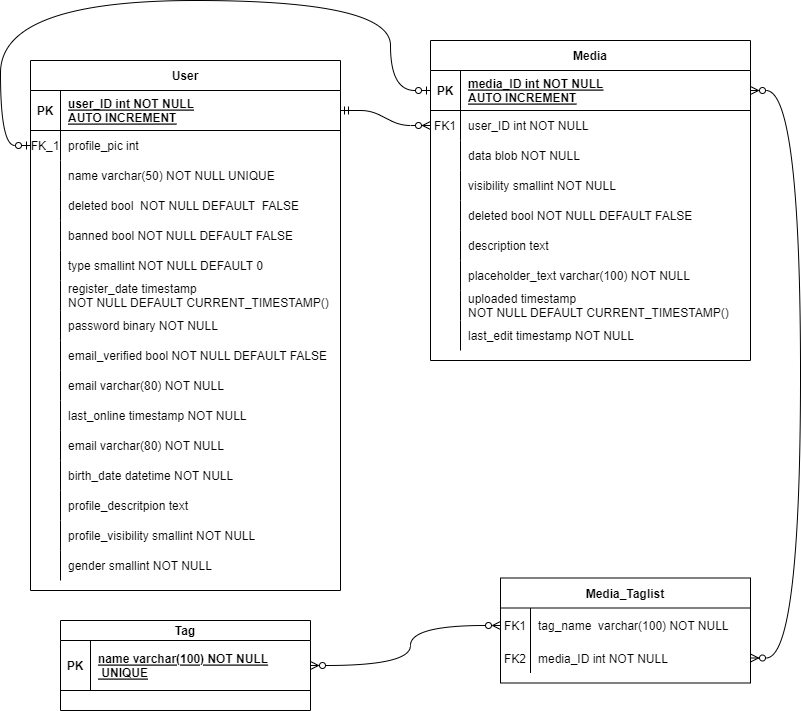
Earlier version of the draw.io export docs/dev/db/img/VisualPosting_R_schema_phase_01.drawio.png (gombosg21/vizsgaremek). Source tidied: cells renumbered, new cells last; positions are measured from the earlier drawing's top-left corner, leaving out a move shared by most shapes.
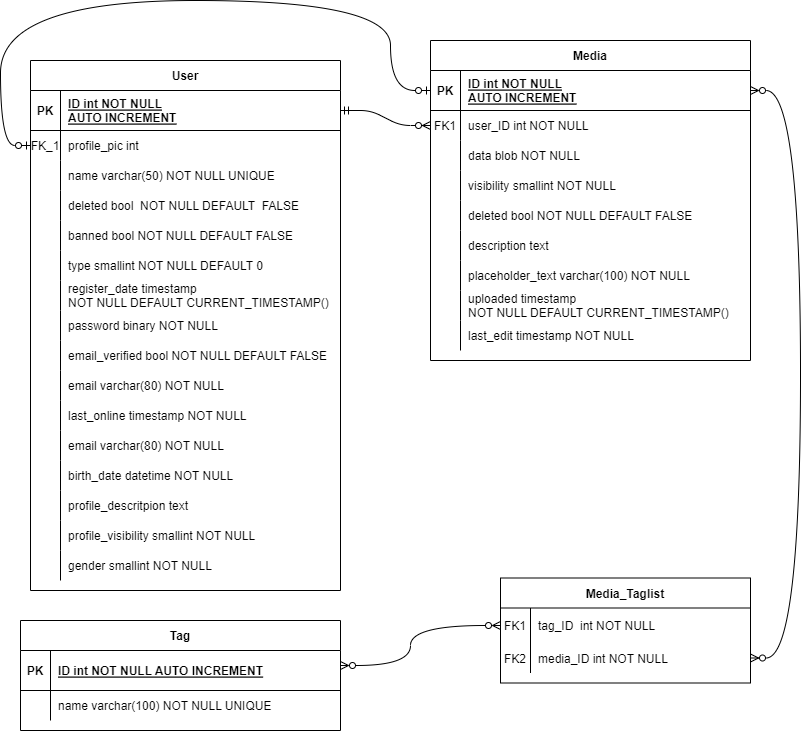
After the commit.

Change to the diagram source:
```diff
@@ -14,7 +14,7 @@
     <mxCell id="5" value="PK" style="shape=partialRectangle;overflow=hidden;fillColor=none;top=0;left=0;bottom=0;right=0;fontStyle=1;" parent="4" vertex="1">
       <mxGeometry width="30" height="40" as="geometry" />
     </mxCell>
-    <mxCell id="6" value="media_ID int NOT NULL &#10;AUTO INCREMENT" style="shape=partialRectangle;overflow=hidden;fillColor=none;top=0;left=0;bottom=0;right=0;align=left;spacingLeft=6;fontStyle=5;" parent="4" vertex="1">
+    <mxCell id="6" value="ID int NOT NULL &#10;AUTO INCREMENT" style="shape=partialRectangle;overflow=hidden;fillColor=none;top=0;left=0;bottom=0;right=0;align=left;spacingLeft=6;fontStyle=5;" parent="4" vertex="1">
       <mxGeometry x="30" width="290" height="40" as="geometry" />
     </mxCell>
     <mxCell id="7" style="shape=partialRectangle;fillColor=none;points=[[0,0.5],[1,0.5]];portConstraint=eastwest;top=0;left=0;right=0;bottom=0;" parent="3" vertex="1">
@@ -98,7 +98,7 @@
     <mxCell id="33" value="PK" style="shape=partialRectangle;overflow=hidden;fillColor=none;top=0;left=0;bottom=0;right=0;fontStyle=1;" parent="32" vertex="1">
       <mxGeometry width="30" height="40" as="geometry" />
     </mxCell>
-    <mxCell id="34" value="user_ID int NOT NULL &#10;AUTO INCREMENT" style="shape=partialRectangle;overflow=hidden;fillColor=none;top=0;left=0;bottom=0;right=0;align=left;spacingLeft=6;fontStyle=5;" parent="32" vertex="1">
+    <mxCell id="34" value="ID int NOT NULL &#10;AUTO INCREMENT" style="shape=partialRectangle;overflow=hidden;fillColor=none;top=0;left=0;bottom=0;right=0;align=left;spacingLeft=6;fontStyle=5;" parent="32" vertex="1">
       <mxGeometry x="30" width="280" height="40" as="geometry" />
     </mxCell>
     <mxCell id="35" style="shape=partialRectangle;fillColor=none;points=[[0,0.5],[1,0.5]];portConstraint=eastwest;top=0;left=0;right=0;bottom=0;" parent="31" vertex="1">
@@ -236,18 +236,6 @@
     <mxCell id="79" value="gender smallint NOT NULL" style="shape=partialRectangle;overflow=hidden;fillColor=none;top=0;left=0;bottom=0;right=0;align=left;spacingLeft=6;" parent="77" vertex="1">
       <mxGeometry x="30" width="280" height="30" as="geometry" />
     </mxCell>
-    <mxCell id="80" value="Tag" style="shape=table;startSize=20;rowLines=0;fontStyle=1;align=center;" parent="1" vertex="1">
-      <mxGeometry x="60" y="620" width="250" height="90" as="geometry" />
-    </mxCell>
-    <mxCell id="81" style="shape=partialRectangle;fillColor=none;points=[[0,0.5],[1,0.5]];portConstraint=eastwest;top=0;left=0;right=0;bottom=1;" parent="80" vertex="1">
-      <mxGeometry y="20" width="250" height="50" as="geometry" />
-    </mxCell>
-    <mxCell id="82" value="PK" style="shape=partialRectangle;overflow=hidden;fillColor=none;top=0;left=0;bottom=0;right=0;fontStyle=1;" parent="81" vertex="1">
-      <mxGeometry width="30" height="50" as="geometry" />
-    </mxCell>
-    <mxCell id="83" value="name varchar(100) NOT NULL&#10; UNIQUE" style="shape=partialRectangle;overflow=hidden;fillColor=none;top=0;left=0;bottom=0;right=0;align=left;spacingLeft=6;fontStyle=5;" parent="81" vertex="1">
-      <mxGeometry x="30" width="220" height="50" as="geometry" />
-    </mxCell>
     <mxCell id="84" value="Media_Taglist" style="shape=table;startSize=30;rowLines=0;fontStyle=1;align=center;" parent="1" vertex="1">
       <mxGeometry x="500" y="577.5" width="250" height="105" as="geometry" />
     </mxCell>
@@ -257,7 +245,7 @@
     <mxCell id="86" value="FK1" style="shape=partialRectangle;overflow=hidden;fillColor=none;top=0;left=0;bottom=0;right=0;" parent="85" vertex="1">
       <mxGeometry width="30" height="35" as="geometry" />
     </mxCell>
-    <mxCell id="87" value="tag_name  varchar(100) NOT NULL" style="shape=partialRectangle;overflow=hidden;fillColor=none;top=0;left=0;bottom=0;right=0;align=left;spacingLeft=6;" parent="85" vertex="1">
+    <mxCell id="87" value="tag_ID  int NOT NULL" style="shape=partialRectangle;overflow=hidden;fillColor=none;top=0;left=0;bottom=0;right=0;align=left;spacingLeft=6;" parent="85" vertex="1">
       <mxGeometry x="30" width="220" height="35" as="geometry" />
     </mxCell>
     <mxCell id="88" style="shape=partialRectangle;fillColor=none;points=[[0,0.5],[1,0.5]];portConstraint=eastwest;top=0;left=0;right=0;bottom=0;" parent="84" vertex="1">
@@ -269,7 +257,7 @@
     <mxCell id="90" value="media_ID int NOT NULL" style="shape=partialRectangle;overflow=hidden;fillColor=none;top=0;left=0;bottom=0;right=0;align=left;spacingLeft=6;" parent="88" vertex="1">
       <mxGeometry x="30" width="220" height="30" as="geometry" />
     </mxCell>
-    <mxCell id="91" style="edgeStyle=orthogonalEdgeStyle;curved=1;rounded=0;jettySize=auto;html=1;exitX=0;exitY=0.5;exitDx=0;exitDy=0;entryX=1;entryY=0.5;entryDx=0;entryDy=0;startArrow=ERzeroToMany;startFill=0;endArrow=ERzeroToMany;endFill=0;" parent="1" edge="1" source="85" target="81">
+    <mxCell id="91" style="edgeStyle=orthogonalEdgeStyle;curved=1;rounded=0;jettySize=auto;html=1;exitX=0;exitY=0.5;exitDx=0;exitDy=0;startArrow=ERzeroToMany;startFill=0;endArrow=ERzeroToMany;endFill=0;" parent="1" edge="1" source="85" target="94">
       <mxGeometry relative="1" as="geometry">
         <Array as="points">
           <mxPoint x="410" y="625" />
@@ -295,5 +283,26 @@
         </Array>
       </mxGeometry>
     </mxCell>
+    <mxCell id="80" value="Tag" style="shape=table;startSize=30;rowLines=0;fontStyle=1;align=center;" parent="1" vertex="1">
+      <mxGeometry x="20" y="620" width="320" height="110" as="geometry" />
+    </mxCell>
+    <mxCell id="94" style="shape=partialRectangle;fillColor=none;points=[[0,0.5],[1,0.5]];portConstraint=eastwest;top=0;left=0;right=0;bottom=1;" parent="80" vertex="1">
+      <mxGeometry y="30" width="320" height="40" as="geometry" />
+    </mxCell>
+    <mxCell id="82" value="PK" style="shape=partialRectangle;overflow=hidden;fillColor=none;top=0;left=0;bottom=0;right=0;fontStyle=1;" parent="94" vertex="1">
+      <mxGeometry width="30" height="40" as="geometry" />
+    </mxCell>
+    <mxCell id="95" value="ID int NOT NULL AUTO INCREMENT" style="shape=partialRectangle;overflow=hidden;fillColor=none;top=0;left=0;bottom=0;right=0;align=left;spacingLeft=6;fontStyle=5;" parent="94" vertex="1">
+      <mxGeometry x="30" width="290" height="40" as="geometry" />
+    </mxCell>
+    <mxCell id="96" style="shape=partialRectangle;fillColor=none;top=0;left=0;right=0;bottom=0;" parent="80" vertex="1">
+      <mxGeometry y="70" width="320" height="30" as="geometry" />
+    </mxCell>
+    <mxCell id="97" style="shape=partialRectangle;overflow=hidden;fillColor=none;top=0;left=0;bottom=0;right=0;" parent="96" vertex="1">
+      <mxGeometry width="30" height="30" as="geometry" />
+    </mxCell>
+    <mxCell id="83" value="name varchar(100) NOT NULL UNIQUE" style="shape=partialRectangle;overflow=hidden;fillColor=none;top=0;left=0;bottom=0;right=0;align=left;spacingLeft=6;" parent="96" vertex="1">
+      <mxGeometry x="30" width="290" height="30" as="geometry" />
+    </mxCell>
   </root>
 </mxGraphModel>
```
